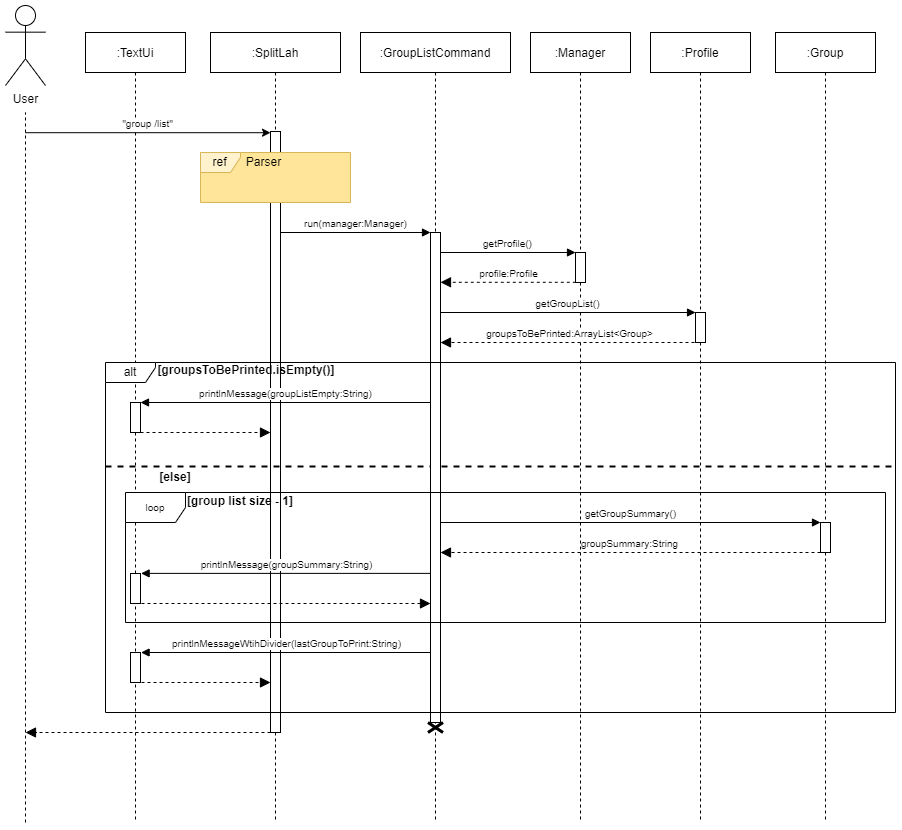
This is docs/images/developerguide/GroupListCommand.drawio.png from nus-cs2113-AY2122S2/tp, a draw.io export, as it was before one commit. Source tidied: cells renumbered, new cells last; positions are measured from the earlier drawing's top-left corner, leaving out a move shared by most shapes.
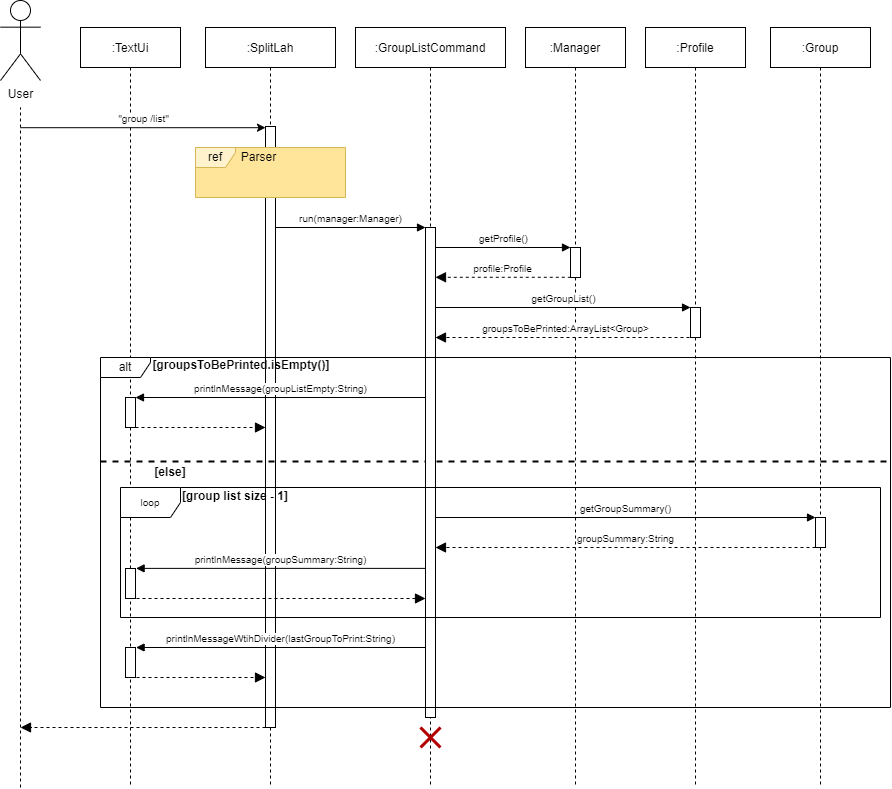
The same file after the commit.

Commit message:
Amend mistake for existing diagrams in developer guide

The edit, as a diff of the source:
```diff
@@ -3,7 +3,7 @@
     <mxCell id="0" />
     <mxCell id="1" parent="0" />
     <mxCell id="2" value=":TextUi" style="shape=umlLifeline;perimeter=lifelinePerimeter;rounded=0;shadow=0;strokeWidth=1;" parent="1" vertex="1">
-      <mxGeometry x="80" y="27" width="100" height="790" as="geometry" />
+      <mxGeometry x="80" y="27" width="100" height="760" as="geometry" />
     </mxCell>
     <mxCell id="3" style="html=1;points=[];perimeter=orthogonalPerimeter;rounded=0;" parent="2" vertex="1">
       <mxGeometry x="45" y="370" width="10" height="30" as="geometry" />
@@ -25,12 +25,12 @@
     </mxCell>
     <mxCell id="8" style="endArrow=none;dashed=1;html=1;rounded=0;" parent="1" edge="1">
       <mxGeometry relative="1" as="geometry">
-        <mxPoint x="20" y="817" as="sourcePoint" />
+        <mxPoint x="20" y="787" as="sourcePoint" />
         <mxPoint x="20" y="107" as="targetPoint" />
       </mxGeometry>
     </mxCell>
     <mxCell id="9" value=":Manager" style="shape=umlLifeline;perimeter=lifelinePerimeter;rounded=0;shadow=0;strokeWidth=1;" parent="1" vertex="1">
-      <mxGeometry x="525" y="27" width="100" height="790" as="geometry" />
+      <mxGeometry x="525" y="27" width="100" height="760" as="geometry" />
     </mxCell>
     <mxCell id="10" style="html=1;points=[];perimeter=orthogonalPerimeter;rounded=0;" parent="9" vertex="1">
       <mxGeometry x="45" y="220" width="10" height="30" as="geometry" />
@@ -46,10 +46,10 @@
       </mxGeometry>
     </mxCell>
     <mxCell id="13" value=":Profile" style="shape=umlLifeline;perimeter=lifelinePerimeter;rounded=0;shadow=0;strokeWidth=1;" parent="1" vertex="1">
-      <mxGeometry x="645" y="27" width="100" height="790" as="geometry" />
+      <mxGeometry x="645" y="27" width="100" height="760" as="geometry" />
     </mxCell>
     <mxCell id="14" value=":SplitLah" style="shape=umlLifeline;perimeter=lifelinePerimeter;rounded=0;shadow=0;strokeWidth=1;" parent="1" vertex="1">
-      <mxGeometry x="205" y="27" width="130" height="790" as="geometry" />
+      <mxGeometry x="205" y="27" width="130" height="760" as="geometry" />
     </mxCell>
     <mxCell id="15" style="html=1;points=[];perimeter=orthogonalPerimeter;rounded=0;" parent="14" vertex="1">
       <mxGeometry x="60" y="99" width="10" height="601" as="geometry" />
@@ -84,7 +84,7 @@
       <mxGeometry x="690" y="307" width="10" height="30" as="geometry" />
     </mxCell>
     <mxCell id="25" value=":GroupListCommand" style="shape=umlLifeline;perimeter=lifelinePerimeter;rounded=0;shadow=0;strokeWidth=1;" parent="1" vertex="1">
-      <mxGeometry x="355" y="27" width="150" height="790" as="geometry" />
+      <mxGeometry x="355" y="27" width="150" height="760" as="geometry" />
     </mxCell>
     <mxCell id="26" style="html=1;points=[];perimeter=orthogonalPerimeter;" parent="25" vertex="1">
       <mxGeometry x="70" y="200" width="10" height="490" as="geometry" />
@@ -95,9 +95,6 @@
         <mxPoint x="70" y="200" as="targetPoint" />
       </mxGeometry>
     </mxCell>
-    <mxCell id="28" style="shape=umlDestroy;whiteSpace=wrap;html=1;strokeWidth=3;fontSize=10;" parent="25" vertex="1">
-      <mxGeometry x="67.5" y="690" width="15" height="10" as="geometry" />
-    </mxCell>
     <mxCell id="29" value="printlnMessageWtihDivider(lastGroupToPrint:String)" style="html=1;verticalAlign=bottom;endArrow=block;rounded=0;fontSize=10;entryX=1.06;entryY=-0.004;entryDx=0;entryDy=0;entryPerimeter=0;" parent="25" edge="1">
       <mxGeometry relative="1" as="geometry">
         <mxPoint x="70" y="620" as="sourcePoint" />
@@ -142,7 +139,7 @@
       <mxGeometry x="140" y="457" width="60" height="30" as="geometry" />
     </mxCell>
     <mxCell id="38" value=":Group" style="shape=umlLifeline;perimeter=lifelinePerimeter;rounded=0;shadow=0;strokeWidth=1;" parent="1" vertex="1">
-      <mxGeometry x="770" y="27" width="100" height="790" as="geometry" />
+      <mxGeometry x="770" y="27" width="100" height="760" as="geometry" />
     </mxCell>
     <mxCell id="39" style="html=1;points=[];perimeter=orthogonalPerimeter;rounded=0;" parent="1" vertex="1">
       <mxGeometry x="815" y="517" width="10" height="30" as="geometry" />
@@ -168,5 +165,8 @@
     <mxCell id="44" value="alt" style="shape=umlFrame;whiteSpace=wrap;html=1;width=50;height=20;" parent="1" vertex="1">
       <mxGeometry x="100" y="357" width="790" height="350" as="geometry" />
     </mxCell>
+    <mxCell id="45" style="shape=umlDestroy;whiteSpace=wrap;html=1;strokeWidth=3;rounded=0;fillColor=#e51400;strokeColor=#B20000;fontColor=#ffffff;" parent="1" vertex="1">
+      <mxGeometry x="420" y="727" width="20" height="20" as="geometry" />
+    </mxCell>
   </root>
 </mxGraphModel>
```
